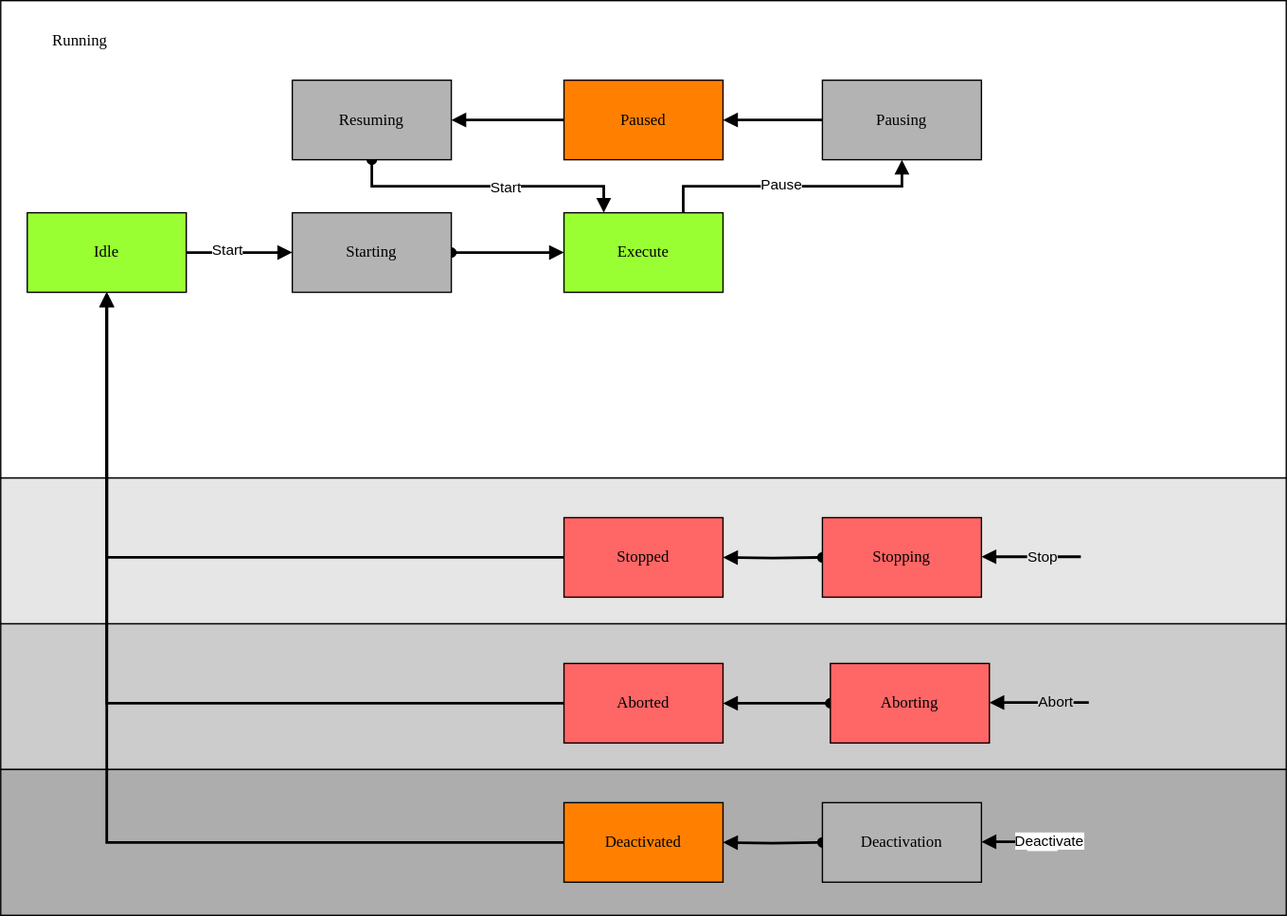
The draw.io diagram docs/StateMachine.drawio.svg in PeterZerlauth/Tc3_Component, before a commit. Source tidied: cells renumbered, new cells last; positions are measured from the earlier drawing's top-left corner, leaving out a move shared by most shapes.
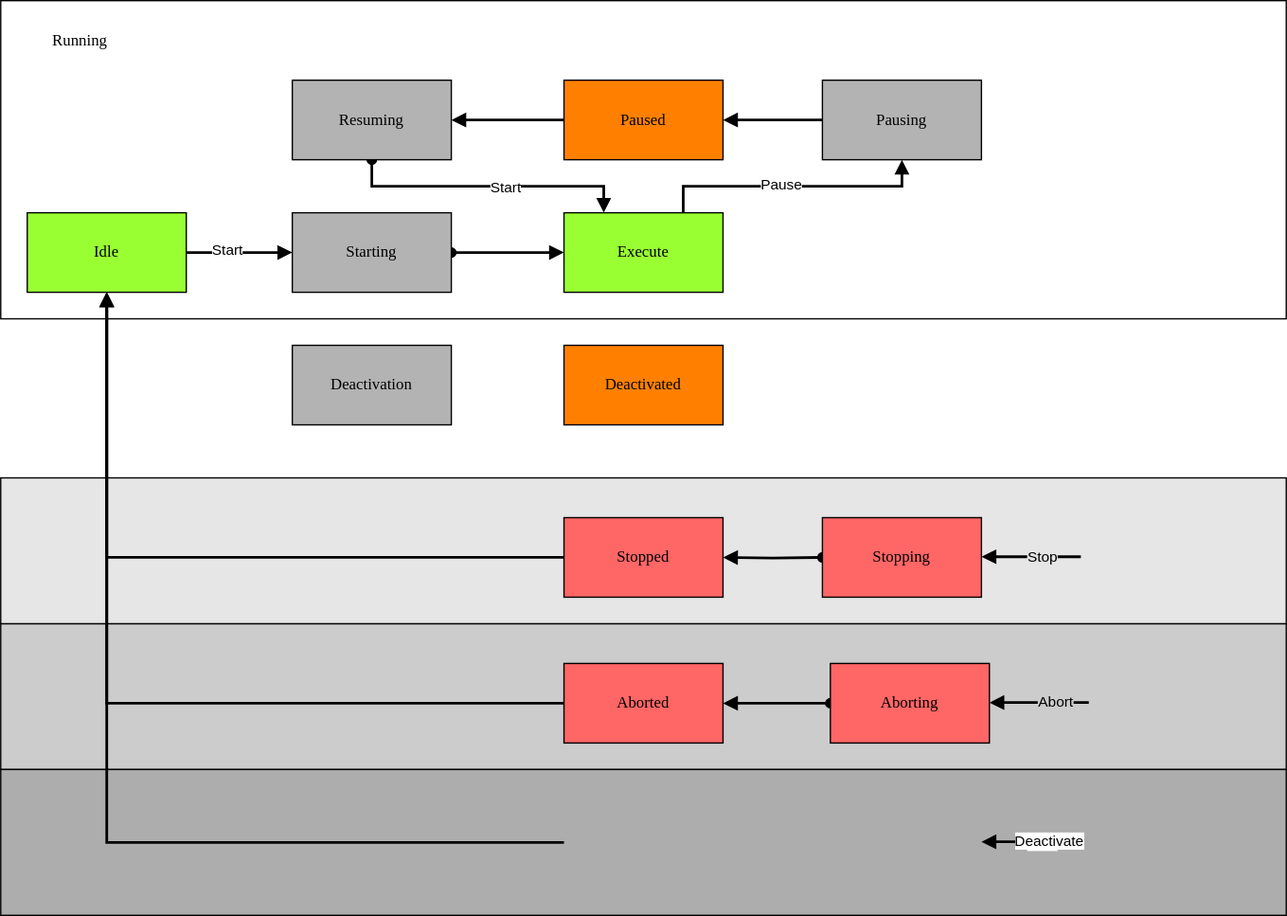
The same file after the commit.

Diff of the diagram source:
```diff
@@ -9,7 +9,7 @@
       <mxGeometry y="360" width="970" height="110" as="geometry" />
     </mxCell>
     <mxCell id="4" style="rounded=0;whiteSpace=wrap;html=1;fontFamily=Helvetica;fontSize=11;fontColor=default;labelBackgroundColor=default;fillColor=#FFFFFF;" parent="1" vertex="1">
-      <mxGeometry width="970" height="360" as="geometry" />
+      <mxGeometry width="970" height="240" as="geometry" />
     </mxCell>
     <mxCell id="5" value="Execute" style="rounded=0;whiteSpace=wrap;html=1;arcSize=24;fillColor=#99FF33;strokeColor=#000000;shadow=0;comic=0;labelBackgroundColor=none;fontFamily=Verdana;fontSize=12;fontColor=#000000;align=center;" parent="1" vertex="1">
       <mxGeometry x="425" y="160" width="120" height="60" as="geometry" />
@@ -118,15 +118,10 @@
       <mxGeometry y="580" width="970" height="110" as="geometry" />
     </mxCell>
     <mxCell id="34" value="Deactivated" style="rounded=0;whiteSpace=wrap;html=1;arcSize=24;fillColor=#FF8000;strokeColor=#000000;shadow=0;comic=0;labelBackgroundColor=none;fontFamily=Verdana;fontSize=12;fontColor=#000000;align=center;" parent="1" vertex="1">
-      <mxGeometry x="425" y="605" width="120" height="60" as="geometry" />
+      <mxGeometry x="425" y="260" width="120" height="60" as="geometry" />
     </mxCell>
-    <mxCell id="35" style="edgeStyle=orthogonalEdgeStyle;rounded=0;jettySize=auto;html=1;strokeColor=default;align=center;verticalAlign=middle;fontFamily=Helvetica;fontSize=11;fontColor=default;labelBackgroundColor=default;endArrow=block;endFill=1;strokeWidth=2;startArrow=oval;startFill=1;" parent="1" edge="1" target="34">
-      <mxGeometry relative="1" as="geometry">
-        <mxPoint x="620" y="635" as="sourcePoint" />
-      </mxGeometry>
-    </mxCell>
     <mxCell id="36" value="Deactivation" style="rounded=0;whiteSpace=wrap;html=1;arcSize=24;fillColor=#B3B3B3;strokeColor=#000000;shadow=0;comic=0;labelBackgroundColor=none;fontFamily=Verdana;fontSize=12;fontColor=#000000;align=center;" parent="1" vertex="1">
-      <mxGeometry x="620" y="605" width="120" height="60" as="geometry" />
+      <mxGeometry x="220" y="260" width="120" height="60" as="geometry" />
     </mxCell>
     <mxCell id="37" style="edgeStyle=orthogonalEdgeStyle;rounded=0;orthogonalLoop=1;jettySize=auto;html=1;strokeColor=default;align=center;verticalAlign=middle;fontFamily=Helvetica;fontSize=11;fontColor=default;labelBackgroundColor=default;endArrow=block;endFill=1;strokeWidth=2;" parent="1" edge="1">
       <mxGeometry relative="1" as="geometry">
```
